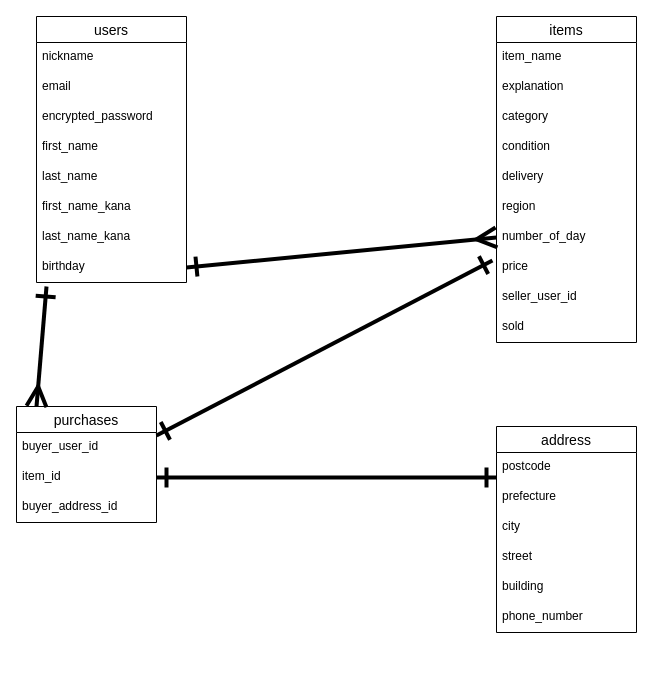
heiyou1234/furima-40012 keeps this draw.io diagram as data.dio. Above is the earlier version. Source tidied: cells renumbered, new cells numbered last; positions are measured from the earlier drawing's top-left corner, leaving out a move shared by most shapes. Both pictures are drawn from the tidied source at 100%, with x=0, y=0 at pixel (16, 16).
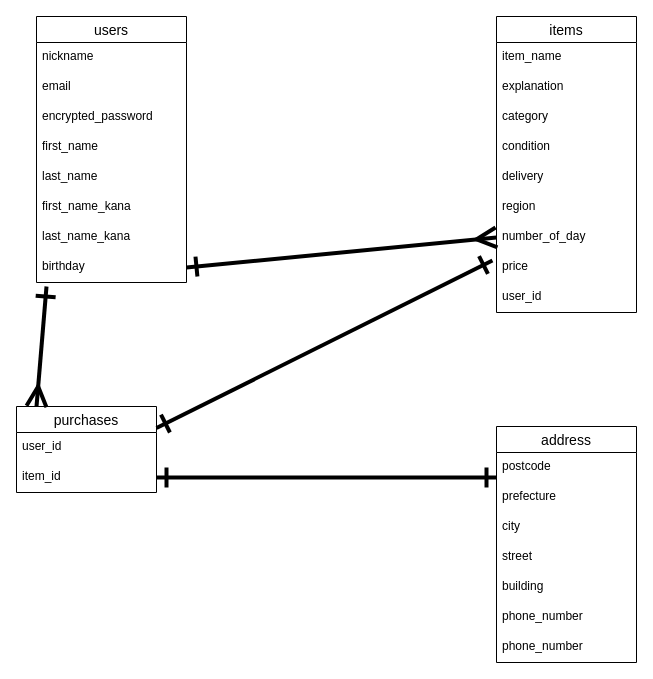
The same page after the edit.

Commit message (it also covers changes not shown here):
データベース設計　２

The edit, as a diff of the source:
```diff
@@
     <mxCell id="11" value="items" style="swimlane;fontStyle=0;horizontal=1;startSize=26;align=center;fontSize=14;" parent="1" vertex="1">
-      <mxGeometry x="480" width="140" height="326" as="geometry" />
+      <mxGeometry x="480" width="140" height="296" as="geometry" />
     </mxCell>
@@
-    <mxCell id="20" value="seller_user_id" style="text;strokeColor=none;fillColor=none;spacingLeft=4;spacingRight=4;overflow=hidden;fontSize=12;" parent="11" vertex="1">
+    <mxCell id="20" value="user_id" style="text;strokeColor=none;fillColor=none;spacingLeft=4;spacingRight=4;overflow=hidden;fontSize=12;" parent="11" vertex="1">
       <mxGeometry y="266" width="140" height="30" as="geometry" />
     </mxCell>
-    <mxCell id="21" value="sold" style="text;strokeColor=none;fillColor=none;spacingLeft=4;spacingRight=4;overflow=hidden;fontSize=12;" parent="11" vertex="1">
-      <mxGeometry y="296" width="140" height="30" as="geometry" />
-    </mxCell>
     <mxCell id="22" value="purchases" style="swimlane;fontStyle=0;horizontal=1;startSize=26;align=center;fontSize=14;" parent="1" vertex="1">
-      <mxGeometry y="390" width="140" height="116" as="geometry" />
+      <mxGeometry y="390" width="140" height="86" as="geometry" />
     </mxCell>
-    <mxCell id="23" value="buyer_user_id" style="text;strokeColor=none;fillColor=none;spacingLeft=4;spacingRight=4;overflow=hidden;fontSize=12;" parent="22" vertex="1">
+    <mxCell id="23" value="user_id" style="text;strokeColor=none;fillColor=none;spacingLeft=4;spacingRight=4;overflow=hidden;fontSize=12;" parent="22" vertex="1">
       <mxGeometry y="26" width="140" height="30" as="geometry" />
     </mxCell>
@@
-    <mxCell id="25" value="buyer_address_id" style="text;strokeColor=none;fillColor=none;spacingLeft=4;spacingRight=4;overflow=hidden;fontSize=12;" parent="22" vertex="1">
-      <mxGeometry y="86" width="140" height="30" as="geometry" />
-    </mxCell>
     <mxCell id="26" value="address" style="swimlane;fontStyle=0;horizontal=1;startSize=26;align=center;fontSize=14;" parent="1" vertex="1">
-      <mxGeometry x="480" y="410" width="140" height="206" as="geometry" />
+      <mxGeometry x="480" y="410" width="140" height="236" as="geometry" />
     </mxCell>
@@
+    <mxCell id="25" value="phone_number" style="text;strokeColor=none;fillColor=none;spacingLeft=4;spacingRight=4;overflow=hidden;fontSize=12;" parent="26" vertex="1">
+      <mxGeometry y="206" width="140" height="30" as="geometry" />
+    </mxCell>
```
